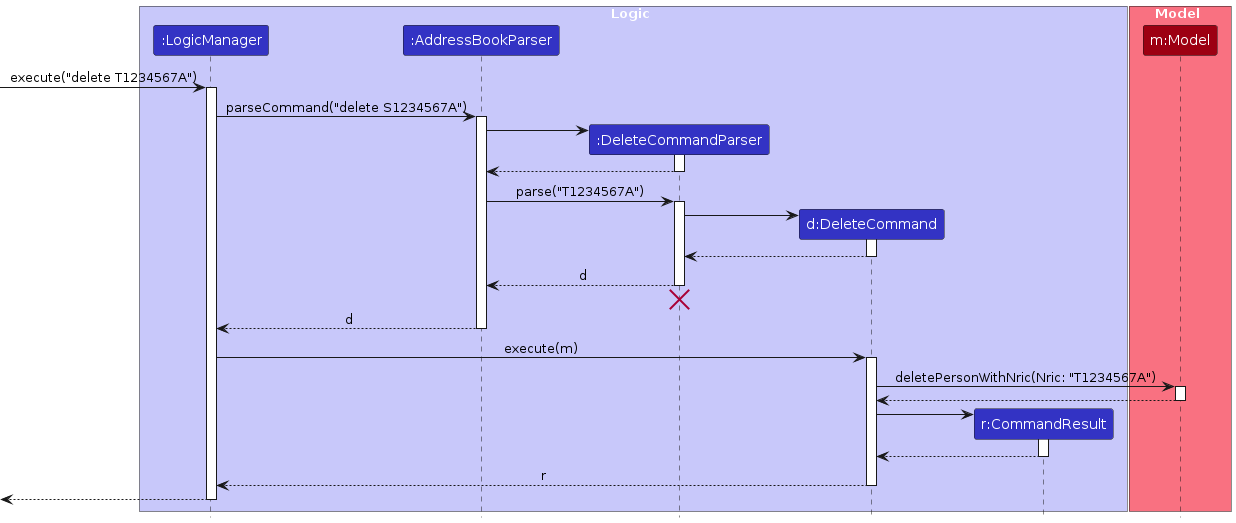
This is diagrams/DeleteSequenceDiagram.png from AY2324S2-CS2103T-F10-3/tp, a PlantUML export, as it was before one commit. Its source is kept beside it as diagrams/DeleteSequenceDiagram.puml.
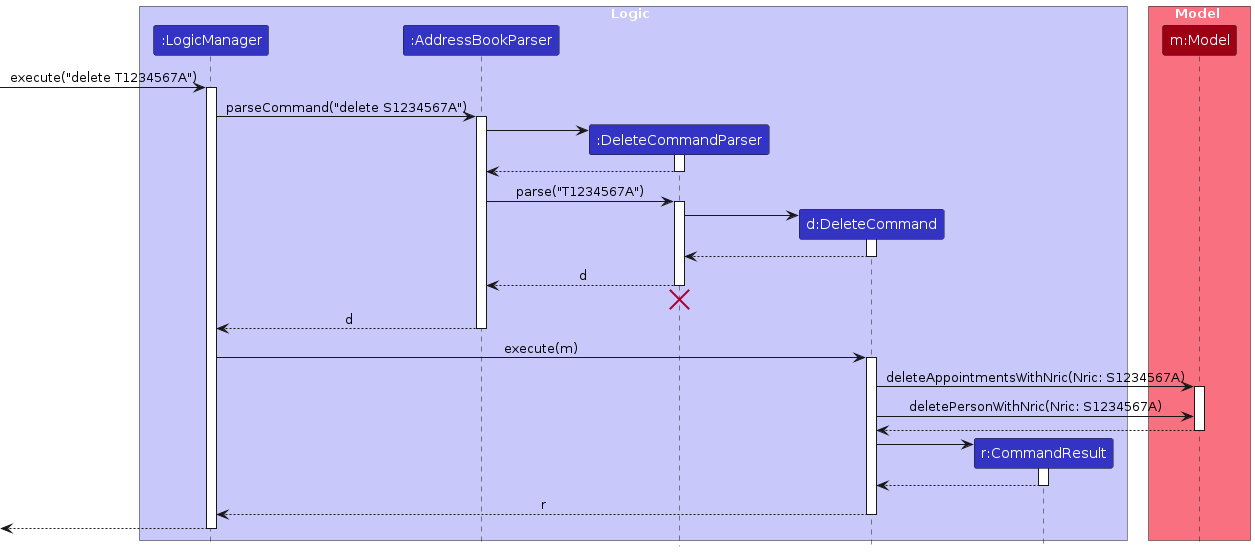
The same diagram one commit later.

Diff of the diagram source:
```diff
@@ -48,8 +48,10 @@
 LogicManager -> DeleteCommand : execute(m)
 activate DeleteCommand
 
-DeleteCommand -> Model : deletePersonWithNric(Nric: "T1234567A")
+DeleteCommand -> Model : deleteAppointmentsWithNric(Nric: S1234567A)
 activate Model
+
+DeleteCommand -> Model : deletePersonWithNric(Nric: S1234567A)
 
 Model --> DeleteCommand
 deactivate Model
```
